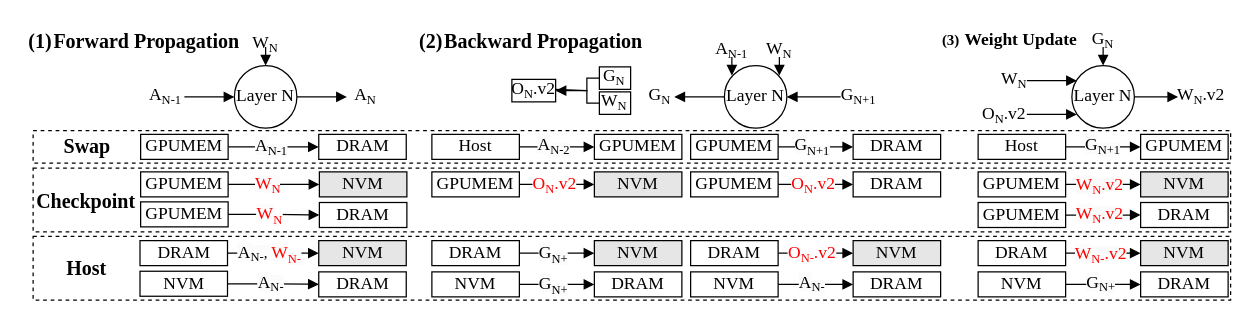
Before: fig/pipeline.drawio in icszhr/NCheck, a draw.io diagram. Source tidied: cells renumbered, new cells numbered last; positions are measured from the earlier drawing's top-left corner, leaving out a move shared by most shapes. Both pictures are drawn from the tidied source at 125%, with x=0, y=0 at pixel (21, 21).
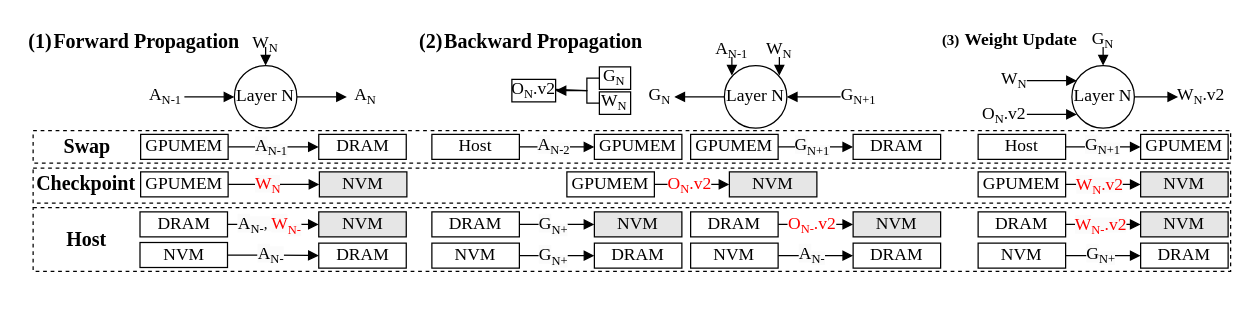
Above is the later version.

Diff of the diagram source:
```diff
@@
     <mxCell id="2" style="rounded=0;whiteSpace=wrap;html=1;fillColor=none;dashed=1;" parent="1" vertex="1">
-      <mxGeometry x="9" y="171.5" width="958" height="51" as="geometry" />
+      <mxGeometry x="9" y="148.5" width="958" height="51" as="geometry" />
     </mxCell>
@@
     <mxCell id="4" style="rounded=0;whiteSpace=wrap;html=1;fillColor=none;dashed=1;" parent="1" vertex="1">
-      <mxGeometry x="9" y="117" width="958" height="51" as="geometry" />
+      <mxGeometry x="9" y="117" width="958" height="28" as="geometry" />
     </mxCell>
@@
     <mxCell id="29" style="edgeStyle=orthogonalEdgeStyle;rounded=0;jettySize=auto;html=1;entryX=0;entryY=0.5;entryDx=0;entryDy=0;endArrow=block;endFill=1;fontFamily=Times New Roman;" parent="1" edge="1" source="30" target="31">
       <mxGeometry relative="1" as="geometry">
         <Array as="points">
-          <mxPoint x="615" y="210" />
-          <mxPoint x="615" y="210" />
+          <mxPoint x="615" y="187" />
+          <mxPoint x="615" y="187" />
         </Array>
       </mxGeometry>
     </mxCell>
     <mxCell id="30" value="&lt;font style=&quot;font-size: 14px;&quot;&gt;NVM&lt;/font&gt;" style="rounded=0;whiteSpace=wrap;html=1;fontFamily=Times New Roman;" parent="1" vertex="1">
-      <mxGeometry x="535" y="200" width="70" height="20" as="geometry" />
+      <mxGeometry x="535" y="177" width="70" height="20" as="geometry" />
     </mxCell>
     <mxCell id="31" value="&lt;font style=&quot;font-size: 14px;&quot;&gt;DRAM&lt;/font&gt;" style="rounded=0;whiteSpace=wrap;html=1;fontFamily=Times New Roman;" parent="1" vertex="1">
-      <mxGeometry x="665" y="200" width="70" height="20" as="geometry" />
+      <mxGeometry x="665" y="177" width="70" height="20" as="geometry" />
     </mxCell>
@@
     <mxCell id="33" value="NVM" style="rounded=0;whiteSpace=wrap;html=1;fontFamily=Times New Roman;fontSize=14;" parent="1" vertex="1">
-      <mxGeometry x="94.5" y="199.5" width="70" height="20" as="geometry" />
+      <mxGeometry x="94.5" y="176.5" width="70" height="20" as="geometry" />
     </mxCell>
     <mxCell id="34" value="DRAM" style="rounded=0;whiteSpace=wrap;html=1;fontFamily=Times New Roman;fontSize=14;" parent="1" vertex="1">
-      <mxGeometry x="237.5" y="200" width="70" height="20" as="geometry" />
+      <mxGeometry x="237.5" y="177" width="70" height="20" as="geometry" />
     </mxCell>
     <mxCell id="35" value="&lt;font style=&quot;&quot;&gt;&lt;span style=&quot;font-size: 14px; color: rgb(0, 0, 0); font-style: normal; font-variant-ligatures: normal; font-variant-caps: normal; font-weight: 400; letter-spacing: normal; orphans: 2; text-align: center; text-indent: 0px; text-transform: none; widows: 2; word-spacing: 0px; -webkit-text-stroke-width: 0px; white-space: normal; background-color: rgb(251, 251, 251); text-decoration-thickness: initial; text-decoration-style: initial; text-decoration-color: initial; float: none; display: inline !important;&quot;&gt;A&lt;/span&gt;&lt;sub style=&quot;forced-color-adjust: none; color: rgb(0, 0, 0); font-style: normal; font-variant-ligatures: normal; font-variant-caps: normal; font-weight: 400; letter-spacing: normal; orphans: 2; text-align: center; text-indent: 0px; text-transform: none; widows: 2; word-spacing: 0px; -webkit-text-stroke-width: 0px; white-space: normal; background-color: rgb(251, 251, 251); text-decoration-thickness: initial; text-decoration-style: initial; text-decoration-color: initial;&quot;&gt;&lt;font style=&quot;font-size: 10px;&quot;&gt;N-&lt;/font&gt;&lt;/sub&gt;&lt;/font&gt;" style="text;whiteSpace=wrap;html=1;fontFamily=Times New Roman;" parent="1" vertex="1">
-      <mxGeometry x="620" y="194" width="30" height="30" as="geometry" />
+      <mxGeometry x="620" y="171" width="30" height="30" as="geometry" />
     </mxCell>
@@
     <mxCell id="38" value="DRAM" style="rounded=0;whiteSpace=wrap;html=1;fontFamily=Times New Roman;fontSize=14;" parent="1" vertex="1">
-      <mxGeometry x="94.5" y="175" width="70" height="20" as="geometry" />
+      <mxGeometry x="94.5" y="152" width="70" height="20" as="geometry" />
     </mxCell>
     <mxCell id="39" value="NVM" style="rounded=0;whiteSpace=wrap;html=1;fontFamily=Times New Roman;fillColor=#E6E6E6;fontSize=14;" parent="1" vertex="1">
-      <mxGeometry x="237.5" y="175" width="70" height="20" as="geometry" />
+      <mxGeometry x="237.5" y="152" width="70" height="20" as="geometry" />
     </mxCell>
     <mxCell id="40" value="&lt;div style=&quot;text-align: center;&quot;&gt;&lt;br&gt;&lt;/div&gt;" style="text;whiteSpace=wrap;html=1;fontFamily=Times New Roman;" parent="1" vertex="1">
-      <mxGeometry x="179.5" y="194.5" width="30" height="30" as="geometry" />
+      <mxGeometry x="179.5" y="171.5" width="30" height="30" as="geometry" />
     </mxCell>
@@
     <mxCell id="50" value="&lt;font style=&quot;font-size: 14px;&quot;&gt;GPUMEM&lt;/font&gt;" style="rounded=0;whiteSpace=wrap;html=1;fontFamily=Times New Roman;" parent="1" vertex="1">
-      <mxGeometry x="328" y="120" width="70" height="20" as="geometry" />
+      <mxGeometry x="436" y="120" width="70" height="20" as="geometry" />
     </mxCell>
     <mxCell id="51" value="&lt;font style=&quot;font-size: 14px;&quot;&gt;NVM&lt;/font&gt;" style="rounded=0;whiteSpace=wrap;html=1;fontFamily=Times New Roman;fillColor=#E6E6E6;" parent="1" vertex="1">
-      <mxGeometry x="458" y="120" width="70" height="20" as="geometry" />
+      <mxGeometry x="566" y="120" width="70" height="20" as="geometry" />
     </mxCell>
     <mxCell id="52" value="&lt;font style=&quot;font-size: 14px;&quot;&gt;DRAM&lt;/font&gt;" style="rounded=0;whiteSpace=wrap;html=1;fontFamily=Times New Roman;" parent="1" vertex="1">
-      <mxGeometry x="328" y="175" width="70" height="20" as="geometry" />
+      <mxGeometry x="328" y="152" width="70" height="20" as="geometry" />
     </mxCell>
     <mxCell id="53" value="&lt;font style=&quot;font-size: 14px;&quot;&gt;NVM&lt;/font&gt;" style="rounded=0;whiteSpace=wrap;html=1;fontFamily=Times New Roman;fillColor=#E6E6E6;" parent="1" vertex="1">
-      <mxGeometry x="458" y="175" width="70" height="20" as="geometry" />
+      <mxGeometry x="458" y="152" width="70" height="20" as="geometry" />
     </mxCell>
     <mxCell id="54" style="edgeStyle=orthogonalEdgeStyle;rounded=0;jettySize=auto;html=1;entryX=0;entryY=0.5;entryDx=0;entryDy=0;endArrow=block;endFill=1;fontFamily=Times New Roman;" parent="1" edge="1" source="55" target="56">
       <mxGeometry relative="1" as="geometry">
         <Array as="points">
-          <mxPoint x="845" y="210" />
-          <mxPoint x="845" y="210" />
+          <mxPoint x="845" y="187" />
+          <mxPoint x="845" y="187" />
         </Array>
       </mxGeometry>
     </mxCell>
     <mxCell id="55" value="&lt;font style=&quot;font-size: 14px;&quot;&gt;NVM&lt;/font&gt;" style="rounded=0;whiteSpace=wrap;html=1;fontFamily=Times New Roman;" parent="1" vertex="1">
-      <mxGeometry x="765" y="200" width="70" height="20" as="geometry" />
+      <mxGeometry x="765" y="177" width="70" height="20" as="geometry" />
     </mxCell>
     <mxCell id="56" value="&lt;font style=&quot;font-size: 14px;&quot;&gt;DRAM&lt;/font&gt;" style="rounded=0;whiteSpace=wrap;html=1;fontFamily=Times New Roman;" parent="1" vertex="1">
-      <mxGeometry x="895" y="200" width="70" height="20" as="geometry" />
+      <mxGeometry x="895" y="177" width="70" height="20" as="geometry" />
     </mxCell>
     <mxCell id="57" value="&lt;font style=&quot;&quot;&gt;&lt;span style=&quot;font-size: 14px; color: rgb(0, 0, 0); font-style: normal; font-variant-ligatures: normal; font-variant-caps: normal; font-weight: 400; letter-spacing: normal; orphans: 2; text-align: center; text-indent: 0px; text-transform: none; widows: 2; word-spacing: 0px; -webkit-text-stroke-width: 0px; white-space: normal; background-color: rgb(251, 251, 251); text-decoration-thickness: initial; text-decoration-style: initial; text-decoration-color: initial; float: none; display: inline !important;&quot;&gt;G&lt;/span&gt;&lt;sub style=&quot;forced-color-adjust: none; color: rgb(0, 0, 0); font-style: normal; font-variant-ligatures: normal; font-variant-caps: normal; font-weight: 400; letter-spacing: normal; orphans: 2; text-align: center; text-indent: 0px; text-transform: none; widows: 2; word-spacing: 0px; -webkit-text-stroke-width: 0px; white-space: normal; background-color: rgb(251, 251, 251); text-decoration-thickness: initial; text-decoration-style: initial; text-decoration-color: initial;&quot;&gt;&lt;font style=&quot;font-size: 10px;&quot;&gt;N+&lt;/font&gt;&lt;/sub&gt;&lt;/font&gt;" style="text;whiteSpace=wrap;html=1;fontFamily=Times New Roman;" parent="1" vertex="1">
-      <mxGeometry x="850" y="194" width="30" height="30" as="geometry" />
+      <mxGeometry x="850" y="171" width="30" height="30" as="geometry" />
     </mxCell>
@@
     <mxCell id="63" value="&lt;b style=&quot;font-size: 16px;&quot;&gt;Host&lt;/b&gt;" style="text;html=1;align=center;verticalAlign=middle;whiteSpace=wrap;rounded=0;fontFamily=Times New Roman;fontSize=16;" parent="1" vertex="1">
-      <mxGeometry x="-0.5" y="182" width="104" height="30" as="geometry" />
+      <mxGeometry x="-0.5" y="159" width="104" height="30" as="geometry" />
     </mxCell>
@@
     <mxCell id="79" style="edgeStyle=orthogonalEdgeStyle;rounded=0;jettySize=auto;html=1;entryX=0;entryY=0.5;entryDx=0;entryDy=0;endArrow=block;endFill=1;fontFamily=Times New Roman;" parent="1" edge="1" source="80" target="81">
       <mxGeometry relative="1" as="geometry">
         <Array as="points">
-          <mxPoint x="408" y="210" />
-          <mxPoint x="408" y="210" />
+          <mxPoint x="408" y="187" />
+          <mxPoint x="408" y="187" />
         </Array>
       </mxGeometry>
     </mxCell>
     <mxCell id="80" value="&lt;font style=&quot;font-size: 14px;&quot;&gt;NVM&lt;/font&gt;" style="rounded=0;whiteSpace=wrap;html=1;fontFamily=Times New Roman;" parent="1" vertex="1">
-      <mxGeometry x="328" y="200" width="70" height="20" as="geometry" />
+      <mxGeometry x="328" y="177" width="70" height="20" as="geometry" />
     </mxCell>
     <mxCell id="81" value="&lt;font style=&quot;font-size: 14px;&quot;&gt;DRAM&lt;/font&gt;" style="rounded=0;whiteSpace=wrap;html=1;fontFamily=Times New Roman;" parent="1" vertex="1">
-      <mxGeometry x="458" y="200" width="70" height="20" as="geometry" />
+      <mxGeometry x="458" y="177" width="70" height="20" as="geometry" />
     </mxCell>
     <mxCell id="82" value="&lt;font style=&quot;&quot;&gt;&lt;span style=&quot;font-size: 14px; font-family: &amp;quot;Times New Roman&amp;quot;; text-wrap: wrap; background-color: rgb(251, 251, 251);&quot;&gt;G&lt;/span&gt;&lt;sub style=&quot;font-family: &amp;quot;Times New Roman&amp;quot;; text-wrap: wrap; background-color: rgb(251, 251, 251);&quot;&gt;&lt;font style=&quot;font-size: 10px;&quot;&gt;N+&lt;/font&gt;&lt;/sub&gt;&lt;/font&gt;" style="edgeLabel;html=1;align=center;verticalAlign=middle;" parent="1" vertex="1">
-      <mxGeometry x="436" y="209.5" as="geometry">
+      <mxGeometry x="436" y="186.5" as="geometry">
         <mxPoint x="-12" y="1" as="offset" />
       </mxGeometry>
     </mxCell>
     <mxCell id="83" value="&lt;span style=&quot;text-wrap: wrap; font-size: 14px; font-family: &amp;quot;Times New Roman&amp;quot;; background-color: rgb(251, 251, 251);&quot;&gt;A&lt;/span&gt;&lt;span style=&quot;text-wrap: wrap; font-family: &amp;quot;Times New Roman&amp;quot;; background-color: rgb(251, 251, 251);&quot;&gt;&lt;sub style=&quot;font-size: 10px;&quot;&gt;N-&lt;/sub&gt;&lt;/span&gt;" style="edgeLabel;html=1;align=center;verticalAlign=middle;" parent="1" vertex="1">
-      <mxGeometry x="205.5" y="209" as="geometry">
+      <mxGeometry x="205.5" y="186" as="geometry">
         <mxPoint x="-7" as="offset" />
       </mxGeometry>
     </mxCell>
@@
-    <mxCell id="86" style="edgeStyle=orthogonalEdgeStyle;rounded=0;jettySize=auto;html=1;entryX=0;entryY=0.5;entryDx=0;entryDy=0;endArrow=block;endFill=1;exitX=1;exitY=0.5;exitDx=0;exitDy=0;fontFamily=Times New Roman;" parent="1" edge="1" source="87" target="88">
-      <mxGeometry relative="1" as="geometry" />
-    </mxCell>
-    <mxCell id="87" value="&lt;font style=&quot;font-size: 14px;&quot;&gt;GPUMEM&lt;/font&gt;" style="rounded=0;whiteSpace=wrap;html=1;fontFamily=Times New Roman;" parent="1" vertex="1">
-      <mxGeometry x="765" y="144.5" width="70" height="20" as="geometry" />
-    </mxCell>
-    <mxCell id="88" value="&lt;font style=&quot;font-size: 14px;&quot;&gt;DRAM&lt;/font&gt;" style="rounded=0;whiteSpace=wrap;html=1;fontFamily=Times New Roman;" parent="1" vertex="1">
-      <mxGeometry x="895" y="144.5" width="70" height="20" as="geometry" />
-    </mxCell>
-    <mxCell id="89" value="&lt;font color=&quot;#ff0000&quot; style=&quot;&quot;&gt;&lt;span style=&quot;font-size: 14px; font-family: &amp;quot;Times New Roman&amp;quot;; text-wrap: wrap; background-color: rgb(251, 251, 251);&quot;&gt;W&lt;/span&gt;&lt;span style=&quot;font-family: &amp;quot;Times New Roman&amp;quot;; text-wrap: wrap; background-color: rgb(251, 251, 251);&quot;&gt;&lt;font style=&quot;&quot;&gt;&lt;sub style=&quot;font-size: 10px;&quot;&gt;N&lt;/sub&gt;&lt;font style=&quot;font-size: 14px;&quot;&gt;.v2&lt;/font&gt;&lt;/font&gt;&lt;/span&gt;&lt;/font&gt;" style="edgeLabel;html=1;align=center;verticalAlign=middle;" parent="1" vertex="1">
-      <mxGeometry x="861" y="154.5" as="geometry" />
-    </mxCell>
@@
     <mxCell id="103" value="&lt;b&gt;Checkpoint&lt;/b&gt;" style="text;html=1;align=center;verticalAlign=middle;whiteSpace=wrap;rounded=0;fontFamily=Times New Roman;fontSize=16;" parent="1" vertex="1">
-      <mxGeometry x="8" y="127.5" width="87" height="30" as="geometry" />
+      <mxGeometry x="8" y="113.5" width="87" height="30" as="geometry" />
     </mxCell>
-    <mxCell id="104" style="edgeStyle=orthogonalEdgeStyle;rounded=0;jettySize=auto;html=1;entryX=0;entryY=0.5;entryDx=0;entryDy=0;endArrow=block;endFill=1;exitX=1;exitY=0.5;exitDx=0;exitDy=0;fontFamily=Times New Roman;" parent="1" edge="1" source="105" target="106">
-      <mxGeometry relative="1" as="geometry" />
-    </mxCell>
-    <mxCell id="105" value="GPUMEM" style="rounded=0;whiteSpace=wrap;html=1;fontFamily=Times New Roman;fontSize=14;" parent="1" vertex="1">
-      <mxGeometry x="95" y="144" width="70" height="20" as="geometry" />
-    </mxCell>
-    <mxCell id="106" value="DRAM" style="rounded=0;whiteSpace=wrap;html=1;fontFamily=Times New Roman;fontSize=14;" parent="1" vertex="1">
-      <mxGeometry x="238" y="144.5" width="70" height="20" as="geometry" />
-    </mxCell>
@@
-    <mxCell id="108" value="&lt;font color=&quot;#ff0000&quot; style=&quot;&quot;&gt;&lt;span style=&quot;font-size: 14px; font-family: &amp;quot;Times New Roman&amp;quot;; text-wrap: wrap; background-color: rgb(251, 251, 251);&quot;&gt;W&lt;/span&gt;&lt;sub style=&quot;font-family: &amp;quot;Times New Roman&amp;quot;; text-wrap: wrap; background-color: rgb(251, 251, 251);&quot;&gt;&lt;font style=&quot;font-size: 10px;&quot;&gt;N&lt;/font&gt;&lt;/sub&gt;&lt;/font&gt;" style="edgeLabel;html=1;align=center;verticalAlign=middle;" parent="1" vertex="1">
-      <mxGeometry x="209" y="153.5" as="geometry">
-        <mxPoint x="-12" y="1" as="offset" />
-      </mxGeometry>
-    </mxCell>
-    <mxCell id="109" style="edgeStyle=orthogonalEdgeStyle;rounded=0;jettySize=auto;html=1;entryX=0;entryY=0.5;entryDx=0;entryDy=0;endArrow=block;endFill=1;fontFamily=Times New Roman;" parent="1" edge="1" source="111" target="112">
-      <mxGeometry relative="1" as="geometry" />
-    </mxCell>
-    <mxCell id="110" value="&lt;span style=&quot;font-family: &amp;quot;Times New Roman&amp;quot;; text-wrap: wrap; background-color: initial; font-size: 14px; color: rgb(255, 0, 0);&quot;&gt;O&lt;/span&gt;&lt;span style=&quot;font-family: &amp;quot;Times New Roman&amp;quot;; font-size: 12px; text-wrap: wrap; background-color: initial; color: rgb(255, 0, 0);&quot;&gt;&lt;sub&gt;N&lt;/sub&gt;&lt;font style=&quot;font-size: 14px;&quot;&gt;.v2&lt;/font&gt;&lt;/span&gt;" style="edgeLabel;html=1;align=center;verticalAlign=middle;" parent="109" vertex="1">
-      <mxGeometry x="-0.11" relative="1" as="geometry" />
-    </mxCell>
-    <mxCell id="111" value="&lt;font style=&quot;font-size: 14px;&quot;&gt;GPUMEM&lt;/font&gt;" style="rounded=0;whiteSpace=wrap;html=1;fontFamily=Times New Roman;" parent="1" vertex="1">
-      <mxGeometry x="535" y="120" width="70" height="20" as="geometry" />
-    </mxCell>
-    <mxCell id="112" value="&lt;font style=&quot;font-size: 14px;&quot;&gt;DRAM&lt;/font&gt;" style="rounded=0;whiteSpace=wrap;html=1;fontFamily=Times New Roman;" parent="1" vertex="1">
-      <mxGeometry x="665" y="120" width="70" height="20" as="geometry" />
-    </mxCell>
@@
     <mxCell id="115" value="&lt;font style=&quot;font-size: 14px;&quot;&gt;DRAM&lt;/font&gt;" style="rounded=0;whiteSpace=wrap;html=1;fontFamily=Times New Roman;" parent="1" vertex="1">
-      <mxGeometry x="535" y="175" width="70" height="20" as="geometry" />
+      <mxGeometry x="535" y="152" width="70" height="20" as="geometry" />
     </mxCell>
     <mxCell id="116" value="&lt;font style=&quot;font-size: 14px;&quot;&gt;NVM&lt;/font&gt;" style="rounded=0;whiteSpace=wrap;html=1;fontFamily=Times New Roman;fillColor=#E6E6E6;" parent="1" vertex="1">
-      <mxGeometry x="665" y="175" width="70" height="20" as="geometry" />
+      <mxGeometry x="665" y="152" width="70" height="20" as="geometry" />
     </mxCell>
@@
     <mxCell id="118" value="&lt;span style=&quot;font-size: 14px;&quot;&gt;DRAM&lt;/span&gt;" style="rounded=0;whiteSpace=wrap;html=1;fontFamily=Times New Roman;" parent="1" vertex="1">
-      <mxGeometry x="765" y="175" width="70" height="20" as="geometry" />
+      <mxGeometry x="765" y="152" width="70" height="20" as="geometry" />
     </mxCell>
     <mxCell id="119" value="&lt;font style=&quot;font-size: 14px;&quot;&gt;NVM&lt;/font&gt;" style="rounded=0;whiteSpace=wrap;html=1;fontFamily=Times New Roman;fillColor=#E6E6E6;" parent="1" vertex="1">
-      <mxGeometry x="895" y="175" width="70" height="20" as="geometry" />
+      <mxGeometry x="895" y="152" width="70" height="20" as="geometry" />
     </mxCell>
     <mxCell id="120" value="&lt;font color=&quot;#ff0000&quot; style=&quot;&quot;&gt;&lt;span style=&quot;font-size: 14px; font-family: &amp;quot;Times New Roman&amp;quot;; text-wrap: wrap; background-color: rgb(251, 251, 251);&quot;&gt;W&lt;/span&gt;&lt;span style=&quot;font-family: &amp;quot;Times New Roman&amp;quot;; text-wrap: wrap; background-color: rgb(251, 251, 251);&quot;&gt;&lt;font style=&quot;&quot;&gt;&lt;sub style=&quot;font-size: 10px;&quot;&gt;N-&lt;/sub&gt;&lt;font style=&quot;font-size: 14px;&quot;&gt;.v2&lt;/font&gt;&lt;/font&gt;&lt;/span&gt;&lt;/font&gt;" style="edgeLabel;html=1;align=center;verticalAlign=middle;" parent="1" vertex="1">
-      <mxGeometry x="861" y="185" as="geometry">
+      <mxGeometry x="861" y="162" as="geometry">
         <mxPoint x="1" y="1" as="offset" />
       </mxGeometry>
     </mxCell>
```
